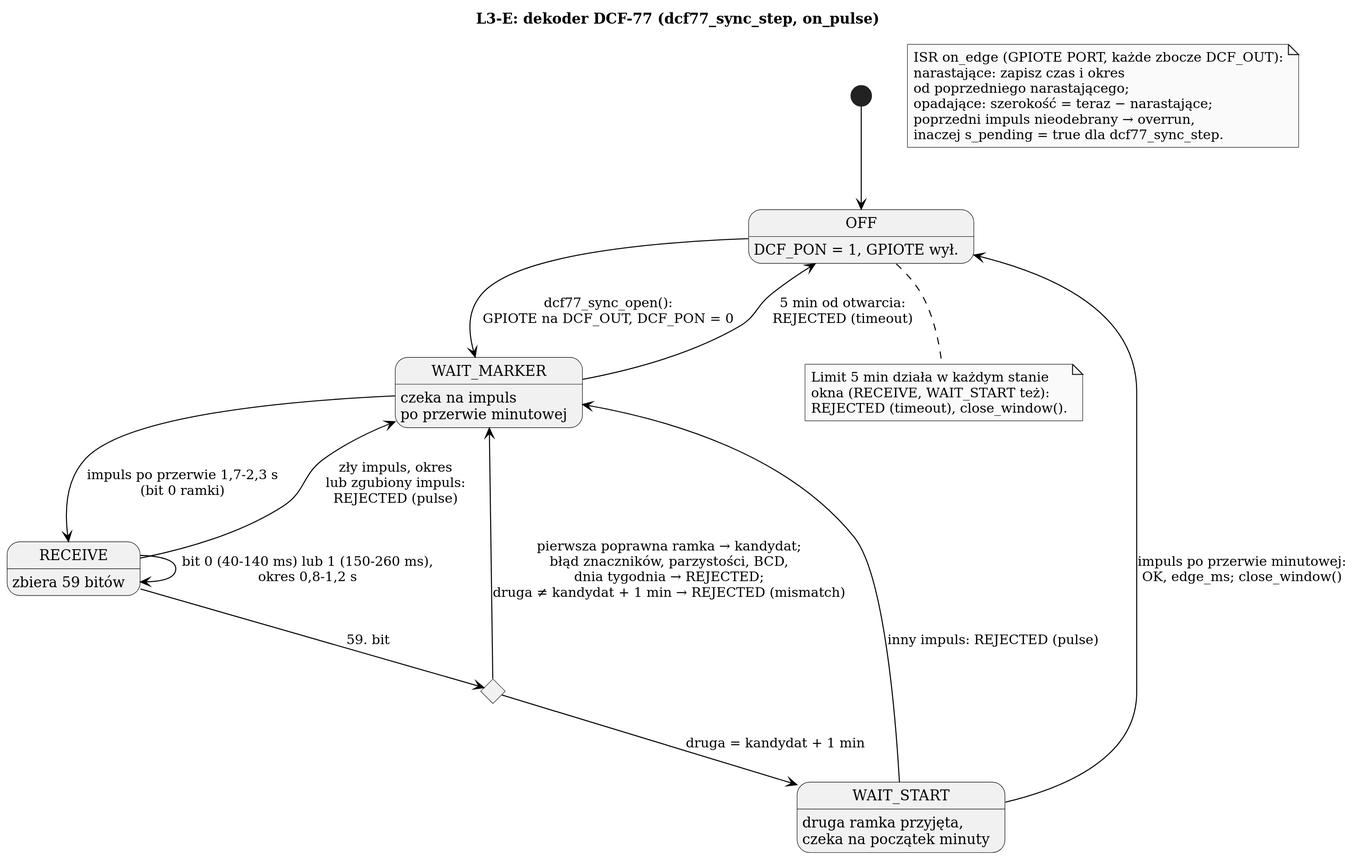
Above: firmware/docs/diagrams/l3-detail-e.svg in mikolajwojcicki/clock-project (PlantUML), before the change. Its diagram source:
```plantuml
@startuml
skinparam monochrome true
skinparam shadowing false
skinparam backgroundColor white
skinparam defaultFontName DejaVu Serif
skinparam noteFontName DejaVu Serif
skinparam dpi 160
skinparam ArrowColor black
skinparam StateBorderColor black

title L3-E: dekoder DCF-77 (dcf77_sync_step, on_pulse)

state "OFF" as Off : DCF_PON = 1, GPIOTE wył.
state "WAIT_MARKER" as Marker : czeka na impuls\npo przerwie minutowej
state "RECEIVE" as Recv : zbiera 59 bitów
state "finish_frame" as Check <<choice>>
state "WAIT_START" as Start : druga ramka przyjęta,\nczeka na początek minuty

[*] --> Off
Off --> Marker : dcf77_sync_open():\nGPIOTE na DCF_OUT, DCF_PON = 0
Marker --> Recv : impuls po przerwie 1,7-2,3 s\n(bit 0 ramki)
Recv --> Recv : bit 0 (40-140 ms) lub 1 (150-260 ms),\nokres 0,8-1,2 s
Recv --> Marker : zły impuls, okres\nlub zgubiony impuls:\nREJECTED (pulse)
Recv --> Check : 59. bit
Check --> Marker : pierwsza poprawna ramka → kandydat;\nbłąd znaczników, parzystości, BCD,\ndnia tygodnia → REJECTED;\ndruga ≠ kandydat + 1 min → REJECTED (mismatch)
Check --> Start : druga = kandydat + 1 min
Start --> Off : impuls po przerwie minutowej:\nOK, edge_ms; close_window()
Start --> Marker : inny impuls: REJECTED (pulse)
Marker --> Off : 5 min od otwarcia:\nREJECTED (timeout)

note as Isr
  ISR on_edge (GPIOTE PORT, każde zbocze DCF_OUT):
  narastające: zapisz czas i okres
  od poprzedniego narastającego;
  opadające: szerokość = teraz − narastające;
  poprzedni impuls nieodebrany → overrun,
  inaczej s_pending = true dla dcf77_sync_step.
end note

note bottom of Off
  Limit 5 min działa w każdym stanie
  okna (RECEIVE, WAIT_START też):
  REJECTED (timeout), close_window().
end note
@enduml
```
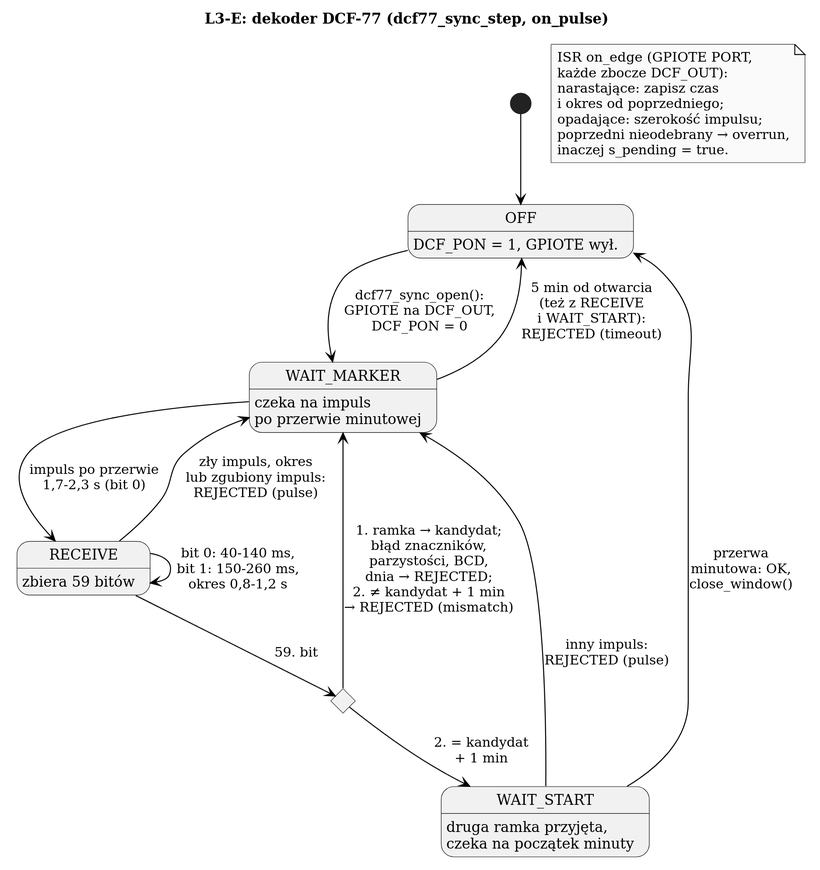
Later version of the same file.

Change to the diagram source:
```diff
@@ -7,6 +7,8 @@
 skinparam dpi 160
 skinparam ArrowColor black
 skinparam StateBorderColor black
+skinparam nodesep 20
+skinparam ranksep 40
 
 title L3-E: dekoder DCF-77 (dcf77_sync_step, on_pulse)
 
@@ -17,29 +19,24 @@
 state "WAIT_START" as Start : druga ramka przyjęta,\nczeka na początek minuty
 
 [*] --> Off
-Off --> Marker : dcf77_sync_open():\nGPIOTE na DCF_OUT, DCF_PON = 0
-Marker --> Recv : impuls po przerwie 1,7-2,3 s\n(bit 0 ramki)
-Recv --> Recv : bit 0 (40-140 ms) lub 1 (150-260 ms),\nokres 0,8-1,2 s
+Off --> Marker : dcf77_sync_open():\nGPIOTE na DCF_OUT,\nDCF_PON = 0
+Marker --> Recv : impuls po przerwie\n1,7-2,3 s (bit 0)
+Recv --> Recv : bit 0: 40-140 ms,\nbit 1: 150-260 ms,\nokres 0,8-1,2 s
 Recv --> Marker : zły impuls, okres\nlub zgubiony impuls:\nREJECTED (pulse)
 Recv --> Check : 59. bit
-Check --> Marker : pierwsza poprawna ramka → kandydat;\nbłąd znaczników, parzystości, BCD,\ndnia tygodnia → REJECTED;\ndruga ≠ kandydat + 1 min → REJECTED (mismatch)
-Check --> Start : druga = kandydat + 1 min
-Start --> Off : impuls po przerwie minutowej:\nOK, edge_ms; close_window()
-Start --> Marker : inny impuls: REJECTED (pulse)
-Marker --> Off : 5 min od otwarcia:\nREJECTED (timeout)
+Check --> Marker : 1. ramka → kandydat;\nbłąd znaczników,\nparzystości, BCD,\ndnia → REJECTED;\n2. ≠ kandydat + 1 min\n→ REJECTED (mismatch)
+Check --> Start : 2. = kandydat\n+ 1 min
+Start --> Off : przerwa\nminutowa: OK,\nclose_window()
+Start --> Marker : inny impuls:\nREJECTED (pulse)
+Marker --> Off : 5 min od otwarcia\n(też z RECEIVE\ni WAIT_START):\nREJECTED (timeout)
 
 note as Isr
-  ISR on_edge (GPIOTE PORT, każde zbocze DCF_OUT):
-  narastające: zapisz czas i okres
-  od poprzedniego narastającego;
-  opadające: szerokość = teraz − narastające;
-  poprzedni impuls nieodebrany → overrun,
-  inaczej s_pending = true dla dcf77_sync_step.
-end note
-
-note bottom of Off
-  Limit 5 min działa w każdym stanie
-  okna (RECEIVE, WAIT_START też):
-  REJECTED (timeout), close_window().
+  ISR on_edge (GPIOTE PORT,
+  każde zbocze DCF_OUT):
+  narastające: zapisz czas
+  i okres od poprzedniego;
+  opadające: szerokość impulsu;
+  poprzedni nieodebrany → overrun,
+  inaczej s_pending = true.
 end note
 @enduml
```
